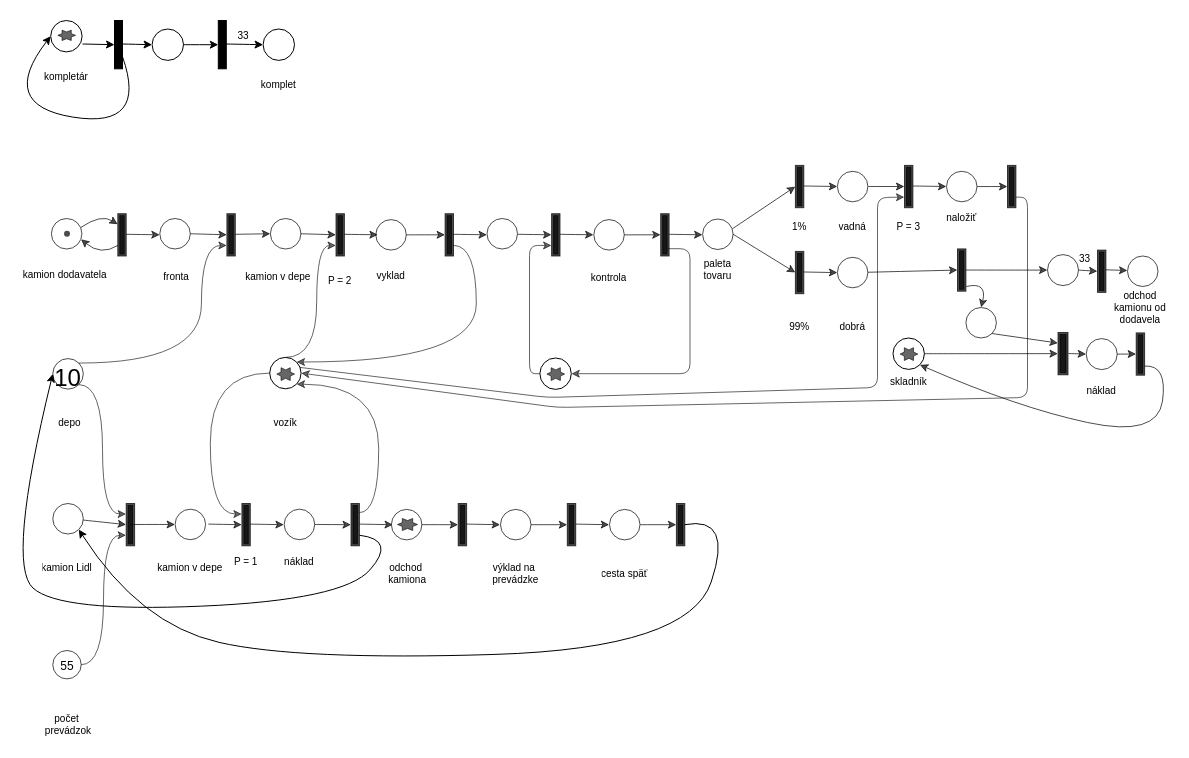
Above: IMS.drawio in MatejMistik/VUT_FIT_ITY_Project_5 (draw.io), before the change. Source tidied: cells renumbered, new cells numbered last; positions are measured from the earlier drawing's top-left corner, leaving out a move shared by most shapes. Both pictures are drawn from the tidied source at 100%, with x=0, y=0 at pixel (-3, 19).
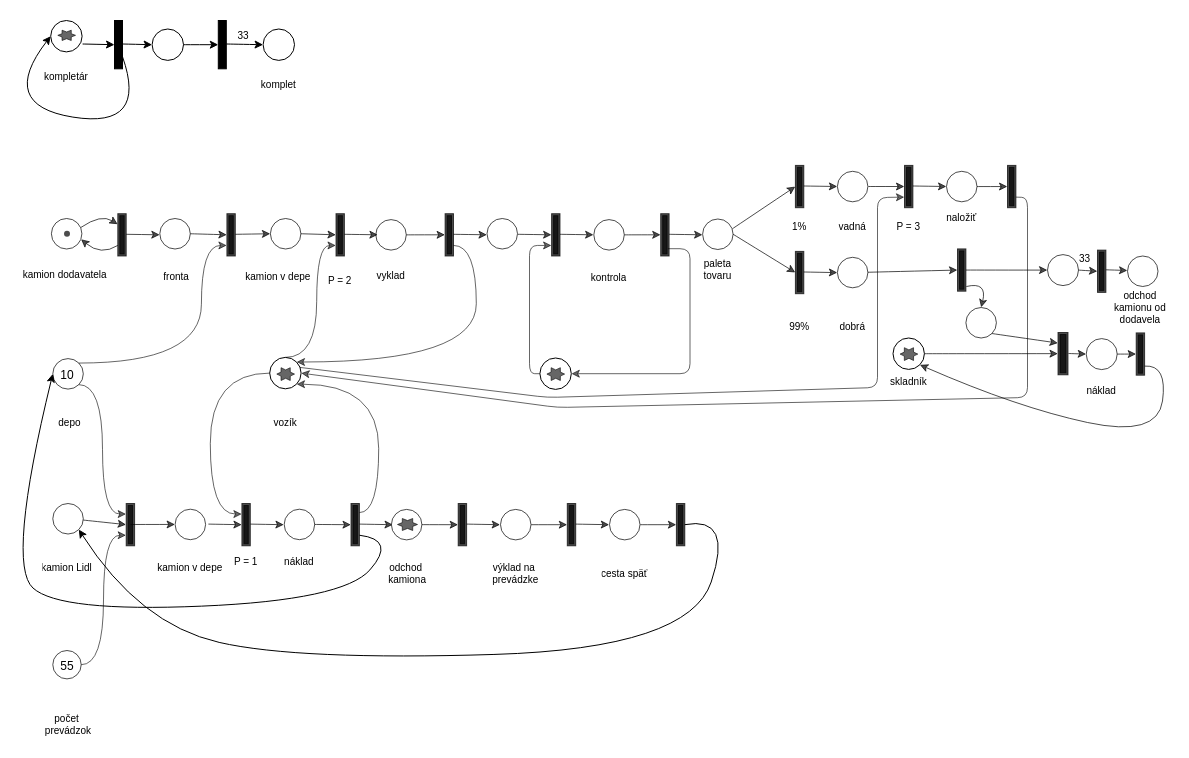
The same page after the edit.

The edit, as a diff of the source:
```diff
@@
-    <mxCell id="27" value="&lt;font style=&quot;font-size: 24px&quot;&gt;10&lt;/font&gt;" style="ellipse;whiteSpace=wrap;html=1;fontSize=36;snapToPoint=0;opacity=70;rounded=0;direction=west;" parent="1" vertex="1">
+    <mxCell id="27" style="ellipse;whiteSpace=wrap;html=1;fontSize=36;snapToPoint=0;opacity=70;rounded=0;direction=west;" parent="1" vertex="1">
       <mxGeometry x="55.3" y="339.1" width="30.5" height="30.5" as="geometry" />
     </mxCell>
@@
+    <mxCell id="148" value="&lt;font style=&quot;font-size: 12px&quot;&gt;10&lt;/font&gt;" style="text;html=1;strokeColor=none;fillColor=none;align=center;verticalAlign=middle;whiteSpace=wrap;rounded=0;fontSize=18;opacity=60;" parent="1" vertex="1">
+      <mxGeometry x="59.5" y="344.2" width="20" height="20" as="geometry" />
+    </mxCell>
```
